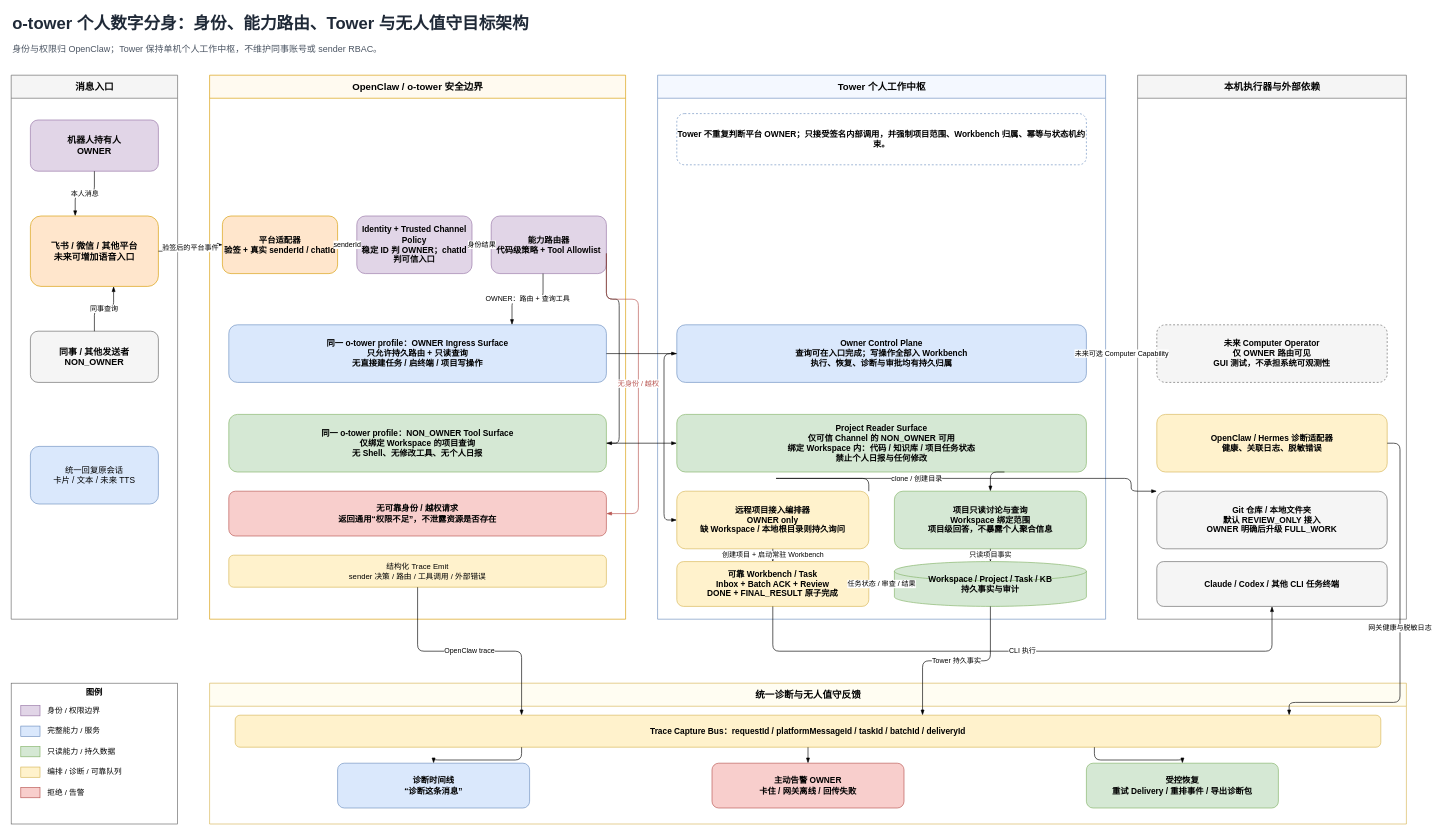
Above: docs/diagrams/o-tower-personal-assistant-target-architecture.drawio in jp-liu/tower (draw.io), before the change. Source tidied: cells renumbered, new cells numbered last; positions are measured from the earlier drawing's top-left corner, leaving out a move shared by most shapes. Both pictures are drawn from the tidied source at 64%, with x=0, y=0 at pixel (11, 11).
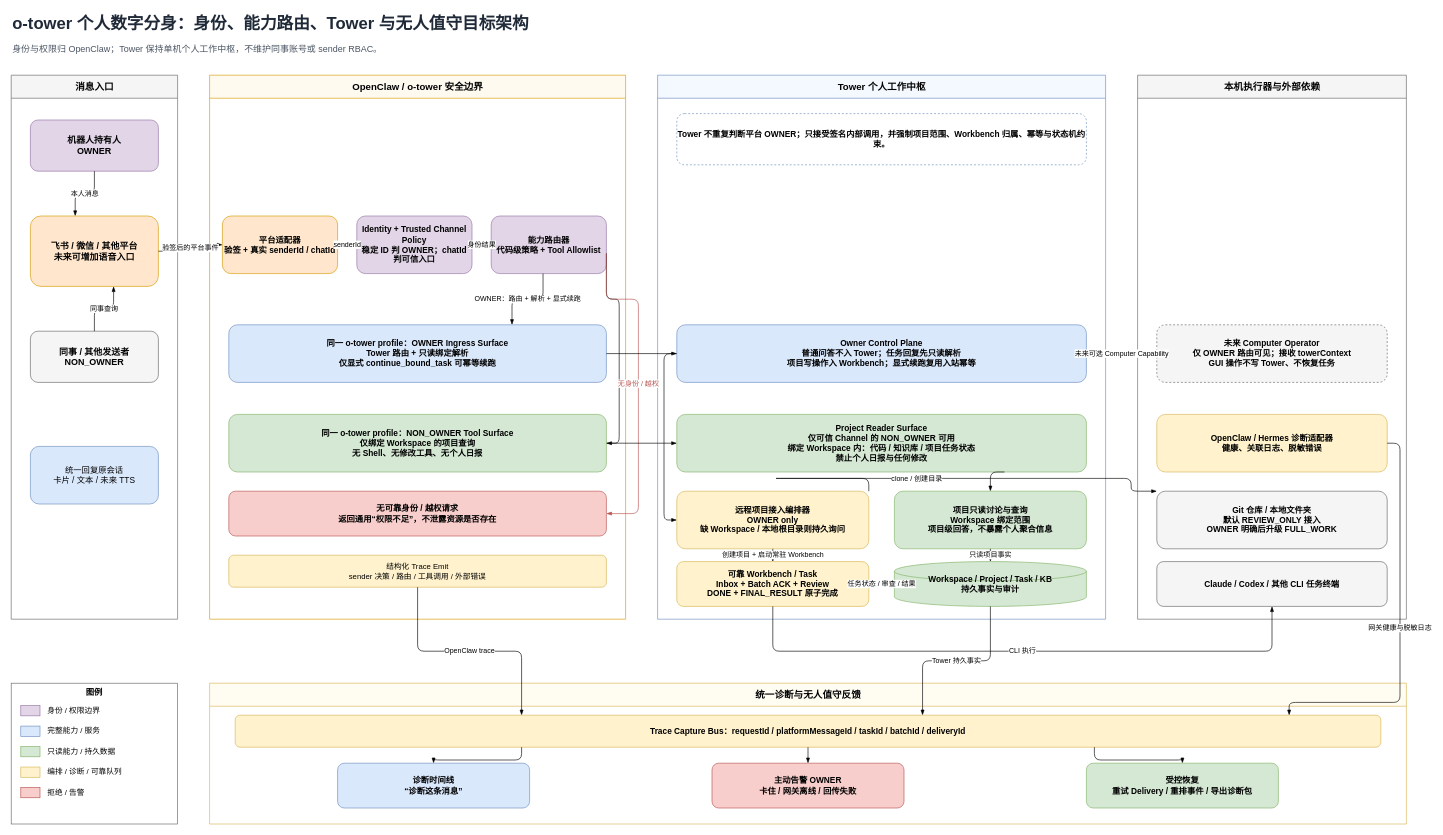
The same diagram, later.

The change refers to these unchanged cells:
```xml
<mxCell id="9" value="OpenClaw / o-tower 安全边界" style="swimlane;startSize=36;html=1;fillColor=#fffaf0;strokeColor=#d79b00;fontStyle=1;fontSize=15;" parent="1" vertex="1">
  <mxGeometry x="310" y="100" width="650" height="850" as="geometry" />
</mxCell>
<mxCell id="12" value="能力路由器&#10;代码级策略 + Tool Allowlist" style="rounded=1;whiteSpace=wrap;html=1;fillColor=#e1d5e7;strokeColor=#9673a6;fontStyle=1;fontSize=13;" parent="9" vertex="1">
  <mxGeometry x="440" y="220" width="180" height="90" as="geometry" />
</mxCell>
<mxCell id="17" value="Tower 个人工作中枢" style="swimlane;startSize=36;html=1;fillColor=#f4f8ff;strokeColor=#6c8ebf;fontStyle=1;fontSize=15;" parent="1" vertex="1">
  <mxGeometry x="1010" y="100" width="700" height="850" as="geometry" />
</mxCell>
<mxCell id="25" value="本机执行器与外部依赖" style="swimlane;startSize=36;html=1;fillColor=#f5f5f5;strokeColor=#666666;fontStyle=1;fontSize=15;" parent="1" vertex="1">
  <mxGeometry x="1760" y="100" width="420" height="850" as="geometry" />
</mxCell>
```

Diff of the diagram source:
```diff
@@
-    <mxCell id="13" value="同一 o-tower profile：OWNER Ingress Surface&#10;只允许持久路由 + 只读查询&#10;无直接建任务 / 启终端 / 项目写操作" style="rounded=1;whiteSpace=wrap;html=1;fillColor=#dae8fc;strokeColor=#6c8ebf;fontStyle=1;fontSize=13;" parent="9" vertex="1">
+    <mxCell id="13" value="同一 o-tower profile：OWNER Ingress Surface&#10;Tower 路由 + 只读绑定解析&#10;仅显式 continue_bound_task 可幂等续跑" style="rounded=1;whiteSpace=wrap;html=1;fillColor=#dae8fc;strokeColor=#6c8ebf;fontStyle=1;fontSize=13;" parent="9" vertex="1">
       <mxGeometry x="30" y="390" width="590" height="90" as="geometry" />
     </mxCell>
@@
-    <mxCell id="19" value="Owner Control Plane&#10;查询可在入口完成；写操作全部入 Workbench&#10;执行、恢复、诊断与审批均有持久归属" style="rounded=1;whiteSpace=wrap;html=1;fillColor=#dae8fc;strokeColor=#6c8ebf;fontStyle=1;fontSize=13;" parent="17" vertex="1">
+    <mxCell id="19" value="Owner Control Plane&#10;普通问答不入 Tower；任务回复先只读解析&#10;项目写操作入 Workbench；显式续跑复用入站幂等" style="rounded=1;whiteSpace=wrap;html=1;fillColor=#dae8fc;strokeColor=#6c8ebf;fontStyle=1;fontSize=13;" parent="17" vertex="1">
       <mxGeometry x="30" y="390" width="640" height="90" as="geometry" />
     </mxCell>
@@
-    <mxCell id="26" value="未来 Computer Operator&#10;仅 OWNER 路由可见&#10;GUI 测试，不承担系统可观测性" style="rounded=1;whiteSpace=wrap;html=1;fillColor=#f5f5f5;strokeColor=#666666;dashed=1;fontStyle=1;fontSize=13;" parent="25" vertex="1">
+    <mxCell id="26" value="未来 Computer Operator&#10;仅 OWNER 路由可见；接收 towerContext&#10;GUI 操作不写 Tower、不恢复任务" style="rounded=1;whiteSpace=wrap;html=1;fillColor=#f5f5f5;strokeColor=#666666;dashed=1;fontStyle=1;fontSize=13;" parent="25" vertex="1">
       <mxGeometry x="30" y="390" width="360" height="90" as="geometry" />
     </mxCell>
@@
-    <mxCell id="51" value="OWNER：路由 + 查询工具" style="edgeStyle=orthogonalEdgeStyle;rounded=1;jettySize=auto;html=1;endArrow=blockThin;endFill=1;labelBackgroundColor=#ffffff;fontSize=11;exitX=0.45;exitY=1;entryX=0.75;entryY=0;" parent="1" edge="1" source="12" target="13">
+    <mxCell id="51" value="OWNER：路由 + 解析 + 显式续跑" style="edgeStyle=orthogonalEdgeStyle;rounded=1;jettySize=auto;html=1;endArrow=blockThin;endFill=1;labelBackgroundColor=#ffffff;fontSize=11;exitX=0.45;exitY=1;entryX=0.75;entryY=0;" parent="1" edge="1" source="12" target="13">
       <mxGeometry relative="1" as="geometry" />
     </mxCell>
```
